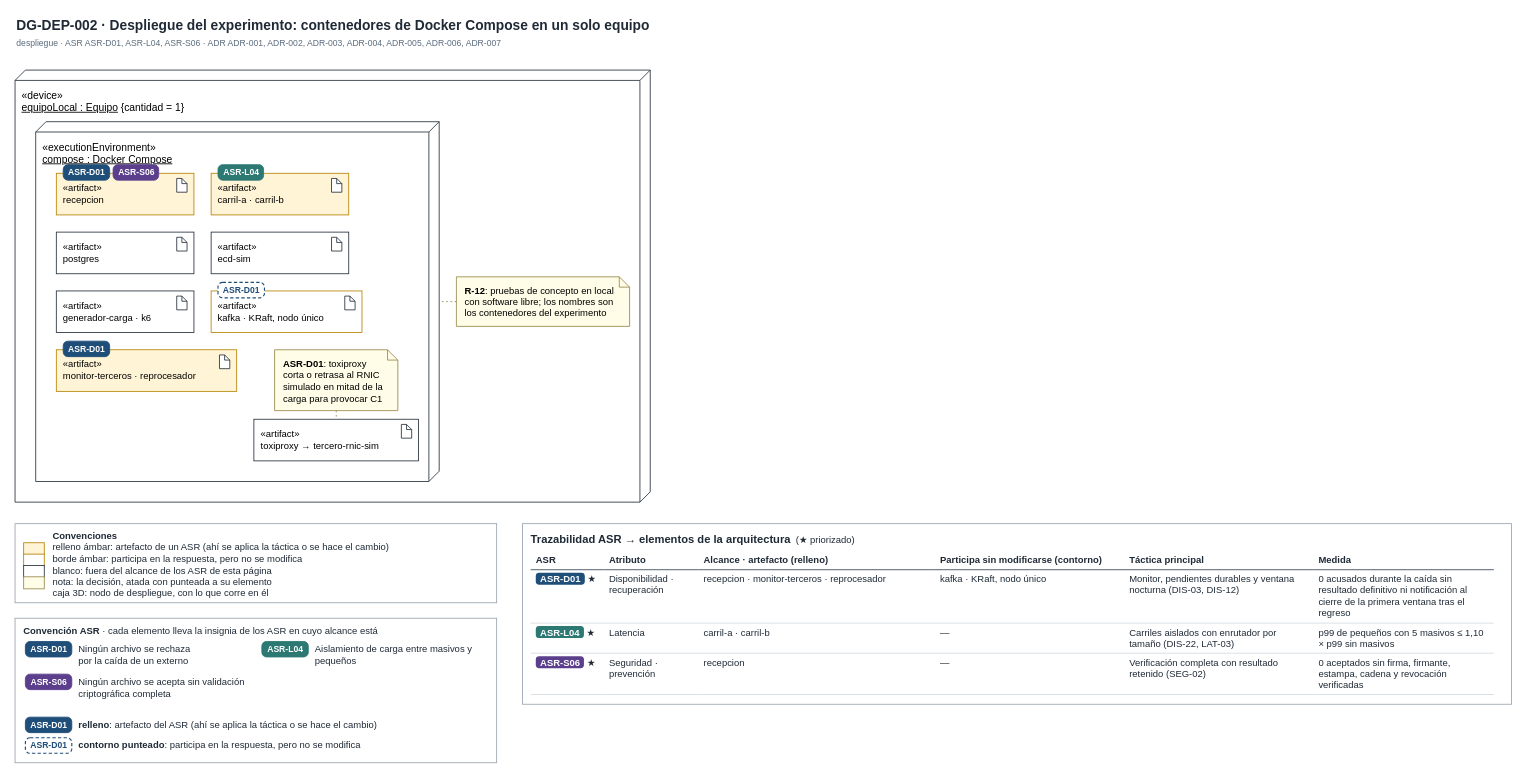
Above: page "DG-DEP-002 · Despliegue del experimento local" (2 of 2) of docs/modelos/drawio/vista-despliegue.drawio in MATI-MBIT/arqsoft-reto-4 (draw.io), before the change. Source tidied: cells renumbered, new cells numbered last; positions are measured from the earlier drawing's top-left corner, leaving out a move shared by most shapes. Both pictures are drawn from the tidied source at 86%, with x=0, y=0 at pixel (15, 15).
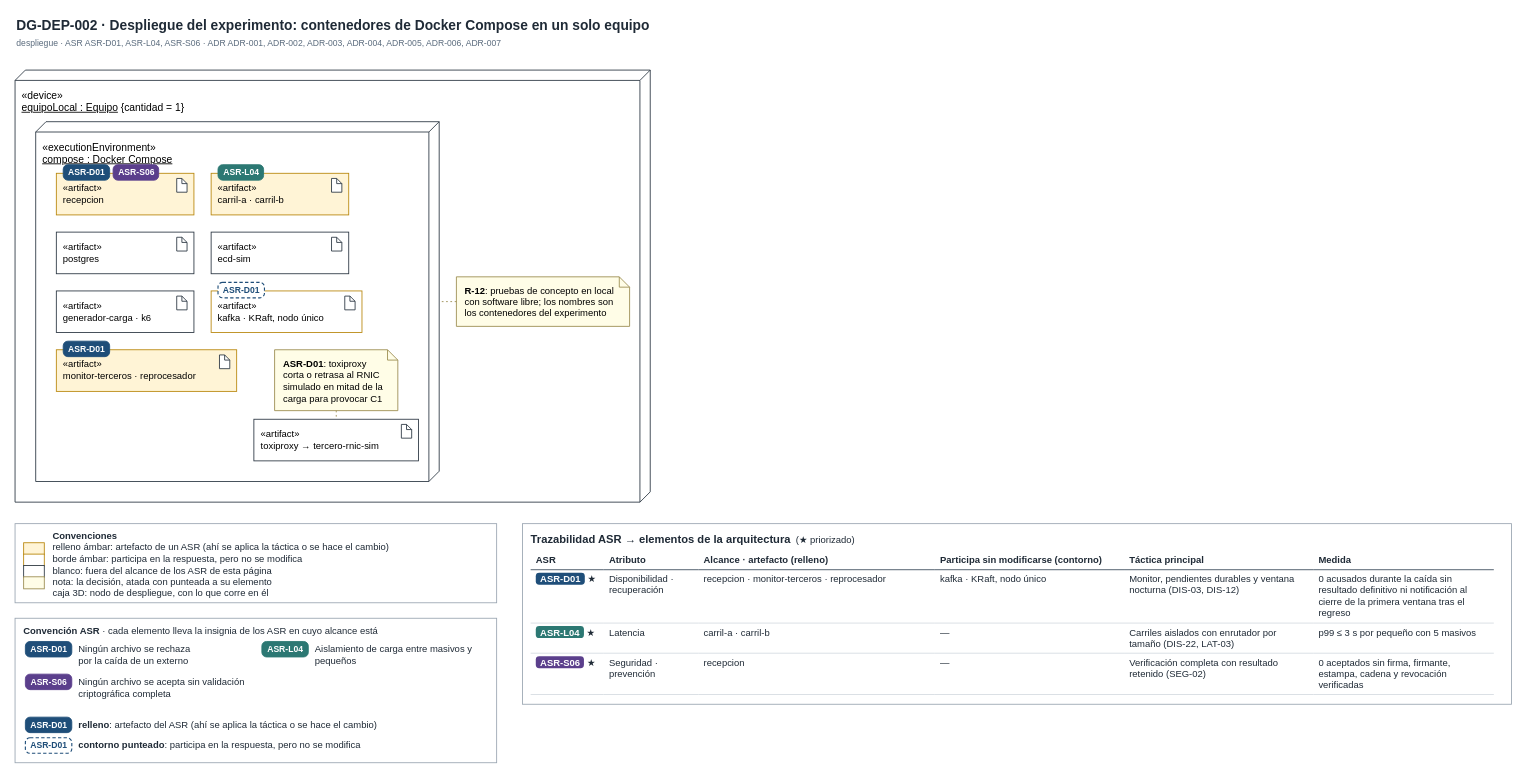
Above is the later version.

Commit message (it also covers changes not shown here):
L04: medida directa p99 ≤ 3 s por archivo pequeño con 5 masivos

The edit, as a diff of the source:
```diff
@@
-    <mxCell id="47" value="&lt;b style=&quot;font-size:13px&quot;&gt;Trazabilidad ASR → elementos de la arquitectura&lt;/b&gt; &amp;nbsp;(★ priorizado)&lt;table style=&quot;border-collapse:collapse;table-layout:fixed;width:1120px;margin-top:6px;font-size:11px&quot;&gt;&lt;tr&gt;&lt;th style=&quot;border-bottom:1.5px solid #3B4B5C;text-align:left;padding:4px 6px;width:73px&quot;&gt;ASR&lt;/th&gt;&lt;th style=&quot;border-bottom:1.5px solid #3B4B5C;text-align:left;padding:4px 6px;width:98px&quot;&gt;Atributo&lt;/th&gt;&lt;th style=&quot;border-bottom:1.5px solid #3B4B5C;text-align:left;padding:4px 6px;width:263px&quot;&gt;Alcance · artefacto (relleno)&lt;/th&gt;&lt;th style=&quot;border-bottom:1.5px solid #3B4B5C;text-align:left;padding:4px 6px;width:208px&quot;&gt;Participa sin modificarse (contorno)&lt;/th&gt;&lt;th style=&quot;border-bottom:1.5px solid #3B4B5C;text-align:left;padding:4px 6px;width:208px&quot;&gt;Táctica principal&lt;/th&gt;&lt;th style=&quot;border-bottom:1.5px solid #3B4B5C;text-align:left;padding:4px 6px;width:198px&quot;&gt;Medida&lt;/th&gt;&lt;/tr&gt;&lt;tr&gt;&lt;td style=&quot;border-bottom:1px solid #D5DBE1;padding:4px 6px;vertical-align:top;white-space:nowrap&quot;&gt;&lt;span style=&quot;background:#1F4E79;color:#fff;font-weight:bold;padding:1px 5px;border-radius:4px&quot;&gt;ASR-D01&lt;/span&gt; ★&lt;/td&gt;&lt;td style=&quot;border-bottom:1px solid #D5DBE1;padding:4px 6px;vertical-align:top&quot;&gt;Disponibilidad · recuperación&lt;/td&gt;&lt;td style=&quot;border-bottom:1px solid #D5DBE1;padding:4px 6px;vertical-align:top&quot;&gt;recepcion · monitor-terceros · reprocesador&lt;/td&gt;&lt;td style=&quot;border-bottom:1px solid #D5DBE1;padding:4px 6px;vertical-align:top&quot;&gt;kafka · KRaft, nodo único&lt;/td&gt;&lt;td style=&quot;border-bottom:1px solid #D5DBE1;padding:4px 6px;vertical-align:top&quot;&gt;Monitor, pendientes durables y ventana nocturna (DIS-03, DIS-12)&lt;/td&gt;&lt;td style=&quot;border-bottom:1px solid #D5DBE1;padding:4px 6px;vertical-align:top&quot;&gt;0 acusados durante la caída sin resultado definitivo ni notificación al cierre de la primera ventana tras el regreso&lt;/td&gt;&lt;/tr&gt;&lt;tr&gt;&lt;td style=&quot;border-bottom:1px solid #D5DBE1;padding:4px 6px;vertical-align:top;white-space:nowrap&quot;&gt;&lt;span style=&quot;background:#2C7873;color:#fff;font-weight:bold;padding:1px 5px;border-radius:4px&quot;&gt;ASR-L04&lt;/span&gt; ★&lt;/td&gt;&lt;td style=&quot;border-bottom:1px solid #D5DBE1;padding:4px 6px;vertical-align:top&quot;&gt;Latencia&lt;/td&gt;&lt;td style=&quot;border-bottom:1px solid #D5DBE1;padding:4px 6px;vertical-align:top&quot;&gt;carril-a · carril-b&lt;/td&gt;&lt;td style=&quot;border-bottom:1px solid #D5DBE1;padding:4px 6px;vertical-align:top&quot;&gt;—&lt;/td&gt;&lt;td style=&quot;border-bottom:1px solid #D5DBE1;padding:4px 6px;vertical-align:top&quot;&gt;Carriles aislados con enrutador por tamaño (DIS-22, LAT-03)&lt;/td&gt;&lt;td style=&quot;border-bottom:1px solid #D5DBE1;padding:4px 6px;vertical-align:top&quot;&gt;p99 de pequeños con 5 masivos ≤ 1,10 × p99 sin masivos&lt;/td&gt;&lt;/tr&gt;&lt;tr&gt;&lt;td style=&quot;border-bottom:1px solid #D5DBE1;padding:4px 6px;vertical-align:top;white-space:nowrap&quot;&gt;&lt;span style=&quot;background:#5B3F8C;color:#fff;font-weight:bold;padding:1px 5px;border-radius:4px&quot;&gt;ASR-S06&lt;/span&gt; ★&lt;/td&gt;&lt;td style=&quot;border-bottom:1px solid #D5DBE1;padding:4px 6px;vertical-align:top&quot;&gt;Seguridad · prevención&lt;/td&gt;&lt;td style=&quot;border-bottom:1px solid #D5DBE1;padding:4px 6px;vertical-align:top&quot;&gt;recepcion&lt;/td&gt;&lt;td style=&quot;border-bottom:1px solid #D5DBE1;padding:4px 6px;vertical-align:top&quot;&gt;—&lt;/td&gt;&lt;td style=&quot;border-bottom:1px solid #D5DBE1;padding:4px 6px;vertical-align:top&quot;&gt;Verificación completa con resultado retenido (SEG-02)&lt;/td&gt;&lt;td style=&quot;border-bottom:1px solid #D5DBE1;padding:4px 6px;vertical-align:top&quot;&gt;0 aceptados sin firma, firmante, estampa, cadena y revocación verificadas&lt;/td&gt;&lt;/tr&gt;&lt;/table&gt;" style="text;rounded=0;whiteSpace=wrap;html=1;fillColor=#FFFFFF;strokeColor=#9AA5B1;align=left;verticalAlign=top;spacingLeft=8;spacingRight=8;spacingTop=4;fontFamily=Helvetica;fontSize=11;fontColor=#1F2A36;" parent="1" vertex="1">
+    <mxCell id="47" value="&lt;b style=&quot;font-size:13px&quot;&gt;Trazabilidad ASR → elementos de la arquitectura&lt;/b&gt; &amp;nbsp;(★ priorizado)&lt;table style=&quot;border-collapse:collapse;table-layout:fixed;width:1120px;margin-top:6px;font-size:11px&quot;&gt;&lt;tr&gt;&lt;th style=&quot;border-bottom:1.5px solid #3B4B5C;text-align:left;padding:4px 6px;width:73px&quot;&gt;ASR&lt;/th&gt;&lt;th style=&quot;border-bottom:1.5px solid #3B4B5C;text-align:left;padding:4px 6px;width:98px&quot;&gt;Atributo&lt;/th&gt;&lt;th style=&quot;border-bottom:1.5px solid #3B4B5C;text-align:left;padding:4px 6px;width:263px&quot;&gt;Alcance · artefacto (relleno)&lt;/th&gt;&lt;th style=&quot;border-bottom:1.5px solid #3B4B5C;text-align:left;padding:4px 6px;width:208px&quot;&gt;Participa sin modificarse (contorno)&lt;/th&gt;&lt;th style=&quot;border-bottom:1.5px solid #3B4B5C;text-align:left;padding:4px 6px;width:208px&quot;&gt;Táctica principal&lt;/th&gt;&lt;th style=&quot;border-bottom:1.5px solid #3B4B5C;text-align:left;padding:4px 6px;width:198px&quot;&gt;Medida&lt;/th&gt;&lt;/tr&gt;&lt;tr&gt;&lt;td style=&quot;border-bottom:1px solid #D5DBE1;padding:4px 6px;vertical-align:top;white-space:nowrap&quot;&gt;&lt;span style=&quot;background:#1F4E79;color:#fff;font-weight:bold;padding:1px 5px;border-radius:4px&quot;&gt;ASR-D01&lt;/span&gt; ★&lt;/td&gt;&lt;td style=&quot;border-bottom:1px solid #D5DBE1;padding:4px 6px;vertical-align:top&quot;&gt;Disponibilidad · recuperación&lt;/td&gt;&lt;td style=&quot;border-bottom:1px solid #D5DBE1;padding:4px 6px;vertical-align:top&quot;&gt;recepcion · monitor-terceros · reprocesador&lt;/td&gt;&lt;td style=&quot;border-bottom:1px solid #D5DBE1;padding:4px 6px;vertical-align:top&quot;&gt;kafka · KRaft, nodo único&lt;/td&gt;&lt;td style=&quot;border-bottom:1px solid #D5DBE1;padding:4px 6px;vertical-align:top&quot;&gt;Monitor, pendientes durables y ventana nocturna (DIS-03, DIS-12)&lt;/td&gt;&lt;td style=&quot;border-bottom:1px solid #D5DBE1;padding:4px 6px;vertical-align:top&quot;&gt;0 acusados durante la caída sin resultado definitivo ni notificación al cierre de la primera ventana tras el regreso&lt;/td&gt;&lt;/tr&gt;&lt;tr&gt;&lt;td style=&quot;border-bottom:1px solid #D5DBE1;padding:4px 6px;vertical-align:top;white-space:nowrap&quot;&gt;&lt;span style=&quot;background:#2C7873;color:#fff;font-weight:bold;padding:1px 5px;border-radius:4px&quot;&gt;ASR-L04&lt;/span&gt; ★&lt;/td&gt;&lt;td style=&quot;border-bottom:1px solid #D5DBE1;padding:4px 6px;vertical-align:top&quot;&gt;Latencia&lt;/td&gt;&lt;td style=&quot;border-bottom:1px solid #D5DBE1;padding:4px 6px;vertical-align:top&quot;&gt;carril-a · carril-b&lt;/td&gt;&lt;td style=&quot;border-bottom:1px solid #D5DBE1;padding:4px 6px;vertical-align:top&quot;&gt;—&lt;/td&gt;&lt;td style=&quot;border-bottom:1px solid #D5DBE1;padding:4px 6px;vertical-align:top&quot;&gt;Carriles aislados con enrutador por tamaño (DIS-22, LAT-03)&lt;/td&gt;&lt;td style=&quot;border-bottom:1px solid #D5DBE1;padding:4px 6px;vertical-align:top&quot;&gt;p99 ≤ 3 s por pequeño con 5 masivos&lt;/td&gt;&lt;/tr&gt;&lt;tr&gt;&lt;td style=&quot;border-bottom:1px solid #D5DBE1;padding:4px 6px;vertical-align:top;white-space:nowrap&quot;&gt;&lt;span style=&quot;background:#5B3F8C;color:#fff;font-weight:bold;padding:1px 5px;border-radius:4px&quot;&gt;ASR-S06&lt;/span&gt; ★&lt;/td&gt;&lt;td style=&quot;border-bottom:1px solid #D5DBE1;padding:4px 6px;vertical-align:top&quot;&gt;Seguridad · prevención&lt;/td&gt;&lt;td style=&quot;border-bottom:1px solid #D5DBE1;padding:4px 6px;vertical-align:top&quot;&gt;recepcion&lt;/td&gt;&lt;td style=&quot;border-bottom:1px solid #D5DBE1;padding:4px 6px;vertical-align:top&quot;&gt;—&lt;/td&gt;&lt;td style=&quot;border-bottom:1px solid #D5DBE1;padding:4px 6px;vertical-align:top&quot;&gt;Verificación completa con resultado retenido (SEG-02)&lt;/td&gt;&lt;td style=&quot;border-bottom:1px solid #D5DBE1;padding:4px 6px;vertical-align:top&quot;&gt;0 aceptados sin firma, firmante, estampa, cadena y revocación verificadas&lt;/td&gt;&lt;/tr&gt;&lt;/table&gt;" style="text;rounded=0;whiteSpace=wrap;html=1;fillColor=#FFFFFF;strokeColor=#9AA5B1;align=left;verticalAlign=top;spacingLeft=8;spacingRight=8;spacingTop=4;fontFamily=Helvetica;fontSize=11;fontColor=#1F2A36;" parent="1" vertex="1">
       <mxGeometry x="590" y="591.4" width="1150" height="210" as="geometry" />
     </mxCell>
```
